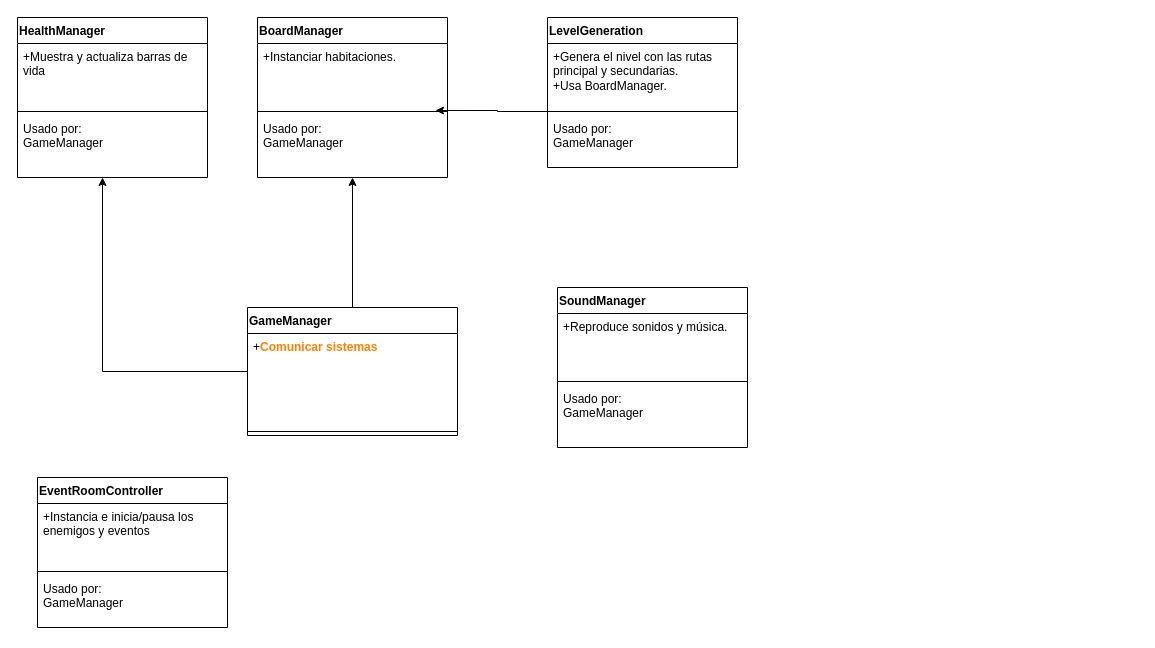
This is page "Page-2" (2 of 2) of Untitled Diagram.drawio from Clovisindo/Unity2dRogueLike, a draw.io file, before an edit. Source tidied: cells renumbered, new cells numbered last; positions are measured from the earlier drawing's top-left corner, leaving out a move shared by most shapes. Both pictures are drawn from the tidied source at 100%, with x=0, y=0 at pixel (17, 17).
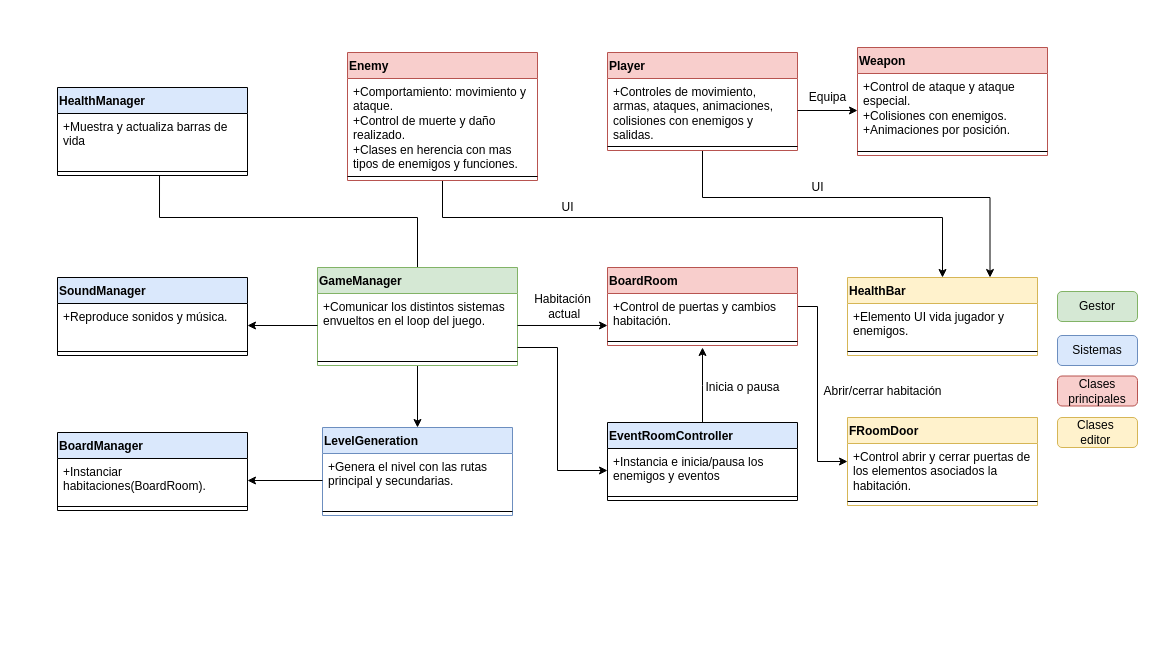
The same page after the edit.

What changed in the source:
```diff
@@
-    <mxCell id="2" style="edgeStyle=orthogonalEdgeStyle;rounded=0;jettySize=auto;html=1;entryX=0.5;entryY=1;entryDx=0;entryDy=0;entryPerimeter=0;" parent="1" edge="1" source="4" target="10">
-      <mxGeometry relative="1" as="geometry" />
-    </mxCell>
-    <mxCell id="3" style="edgeStyle=orthogonalEdgeStyle;rounded=0;jettySize=auto;html=1;" parent="1" edge="1" source="4" target="14">
-      <mxGeometry relative="1" as="geometry">
-        <Array as="points">
-          <mxPoint x="85" y="354" />
-        </Array>
-      </mxGeometry>
-    </mxCell>
+    <mxCell id="28" style="edgeStyle=orthogonalEdgeStyle;rounded=0;jettySize=auto;html=1;entryX=0.537;entryY=0.981;entryDx=0;entryDy=0;entryPerimeter=0;" parent="1" edge="1" source="4" target="12">
+      <mxGeometry relative="1" as="geometry" />
+    </mxCell>
+    <mxCell id="29" style="edgeStyle=orthogonalEdgeStyle;rounded=0;jettySize=auto;html=1;" parent="1" edge="1" source="4" target="19">
+      <mxGeometry relative="1" as="geometry" />
+    </mxCell>
-    <mxCell id="4" value="GameManager" style="swimlane;fontStyle=1;align=left;verticalAlign=top;horizontal=1;startSize=26;" parent="1" vertex="1">
-      <mxGeometry x="230" y="290" width="210" height="128" as="geometry" />
+    <mxCell id="4" value="GameManager" style="swimlane;fontStyle=1;align=left;verticalAlign=top;horizontal=1;startSize=26;fillColor=#d5e8d4;strokeColor=#82b366;swimlaneFillColor=#ffffff;" parent="1" vertex="1">
+      <mxGeometry x="300" y="250" width="200" height="98" as="geometry" />
     </mxCell>
-    <mxCell id="5" value="+&lt;font color=&quot;#ff8000&quot;&gt;&lt;b&gt;Comunicar sistemas&lt;/b&gt;&lt;/font&gt;&lt;br&gt;&lt;br&gt;" style="text;strokeColor=none;fillColor=none;align=left;verticalAlign=top;spacingLeft=4;spacingRight=4;overflow=hidden;points=[[0,0.5],[1,0.5]];portConstraint=eastwest;html=1;whiteSpace=wrap;" parent="4" vertex="1">
-      <mxGeometry y="26" width="210" height="94" as="geometry" />
+    <mxCell id="5" value="+Comunicar los distintos sistemas envueltos en el loop del juego." style="text;strokeColor=none;fillColor=none;align=left;verticalAlign=top;spacingLeft=4;spacingRight=4;overflow=hidden;points=[[0,0.5],[1,0.5]];portConstraint=eastwest;html=1;whiteSpace=wrap;" parent="4" vertex="1">
+      <mxGeometry y="26" width="200" height="64" as="geometry" />
     </mxCell>
     <mxCell id="6" style="line;strokeWidth=1;fillColor=none;align=left;verticalAlign=middle;spacingTop=-1;spacingLeft=3;spacingRight=3;labelPosition=right;" parent="4" vertex="1">
-      <mxGeometry y="120" width="210" height="8" as="geometry" />
+      <mxGeometry y="90" width="200" height="8" as="geometry" />
     </mxCell>
-    <mxCell id="7" value="BoardManager" style="swimlane;fontStyle=1;align=left;verticalAlign=top;horizontal=1;startSize=26;" parent="1" vertex="1">
-      <mxGeometry x="240" width="190" height="160" as="geometry" />
+    <mxCell id="7" value="BoardManager" style="swimlane;fontStyle=1;align=left;verticalAlign=top;horizontal=1;startSize=26;fillColor=#dae8fc;glass=0;rounded=0;swimlaneFillColor=#ffffff;" parent="1" vertex="1">
+      <mxGeometry x="40" y="415" width="190" height="78" as="geometry" />
     </mxCell>
-    <mxCell id="8" value="+Instanciar habitaciones.&lt;span style=&quot;white-space: pre&quot;&gt; &lt;/span&gt;&lt;span style=&quot;white-space: pre&quot;&gt; &lt;/span&gt;" style="text;strokeColor=none;fillColor=none;align=left;verticalAlign=top;spacingLeft=4;spacingRight=4;overflow=hidden;points=[[0,0.5],[1,0.5]];portConstraint=eastwest;html=1;whiteSpace=wrap;" parent="7" vertex="1">
-      <mxGeometry y="26" width="190" height="64" as="geometry" />
+    <mxCell id="8" value="+Instanciar habitaciones(BoardRoom).&lt;span style=&quot;white-space: pre&quot;&gt; &lt;/span&gt;&lt;span style=&quot;white-space: pre&quot;&gt; &lt;/span&gt;" style="text;strokeColor=none;fillColor=none;align=left;verticalAlign=top;spacingLeft=4;spacingRight=4;overflow=hidden;points=[[0,0.5],[1,0.5]];portConstraint=eastwest;html=1;whiteSpace=wrap;" parent="7" vertex="1">
+      <mxGeometry y="26" width="190" height="44" as="geometry" />
     </mxCell>
     <mxCell id="9" style="line;strokeWidth=1;fillColor=none;align=left;verticalAlign=middle;spacingTop=-1;spacingLeft=3;spacingRight=3;labelPosition=right;" parent="7" vertex="1">
-      <mxGeometry y="90" width="190" height="8" as="geometry" />
+      <mxGeometry y="70" width="190" height="8" as="geometry" />
     </mxCell>
-    <mxCell id="10" value="Usado por:&lt;br&gt;GameManager" style="text;strokeColor=none;fillColor=none;align=left;verticalAlign=top;spacingLeft=4;spacingRight=4;overflow=hidden;points=[[0,0.5],[1,0.5]];portConstraint=eastwest;textDirection=ltr;html=1;whiteSpace=wrap;" parent="7" vertex="1">
-      <mxGeometry y="98" width="190" height="62" as="geometry" />
-    </mxCell>
-    <mxCell id="11" value="HealthManager" style="swimlane;fontStyle=1;align=left;verticalAlign=top;horizontal=1;startSize=26;" parent="1" vertex="1">
-      <mxGeometry width="190" height="160" as="geometry" />
+    <mxCell id="11" value="HealthManager" style="swimlane;fontStyle=1;align=left;verticalAlign=top;horizontal=1;startSize=26;fillColor=#dae8fc;glass=0;rounded=0;swimlaneFillColor=#ffffff;" parent="1" vertex="1">
+      <mxGeometry x="40" y="70" width="190" height="88" as="geometry" />
     </mxCell>
     <mxCell id="12" value="+Muestra y actualiza barras de vida" style="text;strokeColor=none;fillColor=none;align=left;verticalAlign=top;spacingLeft=4;spacingRight=4;overflow=hidden;points=[[0,0.5],[1,0.5]];portConstraint=eastwest;html=1;whiteSpace=wrap;" parent="11" vertex="1">
-      <mxGeometry y="26" width="190" height="64" as="geometry" />
+      <mxGeometry y="26" width="190" height="54" as="geometry" />
     </mxCell>
     <mxCell id="13" style="line;strokeWidth=1;fillColor=none;align=left;verticalAlign=middle;spacingTop=-1;spacingLeft=3;spacingRight=3;labelPosition=right;" parent="11" vertex="1">
-      <mxGeometry y="90" width="190" height="8" as="geometry" />
+      <mxGeometry y="80" width="190" height="8" as="geometry" />
     </mxCell>
-    <mxCell id="14" value="Usado por:&lt;br&gt;GameManager" style="text;strokeColor=none;fillColor=none;align=left;verticalAlign=top;spacingLeft=4;spacingRight=4;overflow=hidden;points=[[0,0.5],[1,0.5]];portConstraint=eastwest;textDirection=ltr;html=1;whiteSpace=wrap;" parent="11" vertex="1">
-      <mxGeometry y="98" width="190" height="62" as="geometry" />
-    </mxCell>
-    <mxCell id="15" value="SoundManager" style="swimlane;fontStyle=1;align=left;verticalAlign=top;horizontal=1;startSize=26;" parent="1" vertex="1">
-      <mxGeometry x="540" y="270" width="190" height="160" as="geometry" />
+    <mxCell id="15" value="SoundManager" style="swimlane;fontStyle=1;align=left;verticalAlign=top;horizontal=1;startSize=26;fillColor=#dae8fc;glass=0;rounded=0;swimlaneFillColor=#ffffff;" parent="1" vertex="1">
+      <mxGeometry x="40" y="260" width="190" height="78" as="geometry" />
     </mxCell>
     <mxCell id="16" value="+Reproduce sonidos y música." style="text;strokeColor=none;fillColor=none;align=left;verticalAlign=top;spacingLeft=4;spacingRight=4;overflow=hidden;points=[[0,0.5],[1,0.5]];portConstraint=eastwest;html=1;whiteSpace=wrap;" parent="15" vertex="1">
-      <mxGeometry y="26" width="190" height="64" as="geometry" />
+      <mxGeometry y="26" width="190" height="44" as="geometry" />
     </mxCell>
     <mxCell id="17" style="line;strokeWidth=1;fillColor=none;align=left;verticalAlign=middle;spacingTop=-1;spacingLeft=3;spacingRight=3;labelPosition=right;" parent="15" vertex="1">
-      <mxGeometry y="90" width="190" height="8" as="geometry" />
+      <mxGeometry y="70" width="190" height="8" as="geometry" />
     </mxCell>
-    <mxCell id="18" value="Usado por:&lt;br&gt;GameManager" style="text;strokeColor=none;fillColor=none;align=left;verticalAlign=top;spacingLeft=4;spacingRight=4;overflow=hidden;textDirection=ltr;html=1;whiteSpace=wrap;" parent="15" vertex="1">
-      <mxGeometry y="98" width="190" height="62" as="geometry" />
-    </mxCell>
-    <mxCell id="19" value="LevelGeneration    " style="swimlane;fontStyle=1;align=left;verticalAlign=top;horizontal=1;startSize=26;" parent="1" vertex="1">
-      <mxGeometry x="530" width="190" height="150" as="geometry" />
+    <mxCell id="19" value="LevelGeneration    " style="swimlane;fontStyle=1;align=left;verticalAlign=top;horizontal=1;startSize=26;fillColor=#dae8fc;strokeColor=#6c8ebf;swimlaneFillColor=#ffffff;" parent="1" vertex="1">
+      <mxGeometry x="305" y="410" width="190" height="88" as="geometry" />
     </mxCell>
-    <mxCell id="20" value="+Genera el nivel con las rutas principal y secundarias.&lt;br&gt;+Usa BoardManager." style="text;strokeColor=none;fillColor=none;align=left;verticalAlign=top;spacingLeft=4;spacingRight=4;overflow=hidden;points=[[0,0.5],[1,0.5]];portConstraint=eastwest;html=1;whiteSpace=wrap;" parent="19" vertex="1">
-      <mxGeometry y="26" width="190" height="64" as="geometry" />
+    <mxCell id="20" value="+Genera el nivel con las rutas principal y secundarias.&lt;br&gt;" style="text;align=left;verticalAlign=top;spacingLeft=4;spacingRight=4;overflow=hidden;points=[[0,0.5],[1,0.5]];portConstraint=eastwest;html=1;whiteSpace=wrap;glass=0;rounded=0;" parent="19" vertex="1">
+      <mxGeometry y="26" width="190" height="54" as="geometry" />
     </mxCell>
     <mxCell id="21" style="line;strokeWidth=1;fillColor=none;align=left;verticalAlign=middle;spacingTop=-1;spacingLeft=3;spacingRight=3;labelPosition=right;points=[];portConstraint=eastwest;" parent="19" vertex="1">
-      <mxGeometry y="90" width="190" height="8" as="geometry" />
+      <mxGeometry y="80" width="190" height="8" as="geometry" />
     </mxCell>
-    <mxCell id="22" value="Usado por:&lt;br&gt;GameManager" style="text;strokeColor=none;fillColor=none;align=left;verticalAlign=top;spacingLeft=4;spacingRight=4;overflow=hidden;textDirection=ltr;html=1;whiteSpace=wrap;" parent="19" vertex="1">
-      <mxGeometry y="98" width="190" height="52" as="geometry" />
-    </mxCell>
-    <mxCell id="23" style="edgeStyle=orthogonalEdgeStyle;rounded=0;jettySize=auto;html=1;entryX=0.937;entryY=-0.081;entryDx=0;entryDy=0;entryPerimeter=0;" parent="1" edge="1" source="21" target="10">
-      <mxGeometry relative="1" as="geometry" />
-    </mxCell>
+    <mxCell id="30" style="edgeStyle=orthogonalEdgeStyle;rounded=0;jettySize=auto;html=1;" parent="1" edge="1" source="24">
+      <mxGeometry relative="1" as="geometry">
+        <mxPoint x="685" y="330" as="targetPoint" />
+      </mxGeometry>
+    </mxCell>
-    <mxCell id="24" value="EventRoomController" style="swimlane;fontStyle=1;align=left;verticalAlign=top;horizontal=1;startSize=26;" parent="1" vertex="1">
-      <mxGeometry x="20" y="460" width="190" height="150" as="geometry" />
+    <mxCell id="24" value="EventRoomController" style="swimlane;fontStyle=1;align=left;verticalAlign=top;horizontal=1;startSize=26;fillColor=#dae8fc;glass=0;rounded=0;swimlaneFillColor=#ffffff;" parent="1" vertex="1">
+      <mxGeometry x="590" y="405" width="190" height="78" as="geometry" />
     </mxCell>
     <mxCell id="25" value="+Instancia e inicia/pausa los enemigos y eventos" style="text;strokeColor=none;fillColor=none;align=left;verticalAlign=top;spacingLeft=4;spacingRight=4;overflow=hidden;points=[[0,0.5],[1,0.5]];portConstraint=eastwest;html=1;whiteSpace=wrap;" parent="24" vertex="1">
-      <mxGeometry y="26" width="190" height="64" as="geometry" />
+      <mxGeometry y="26" width="190" height="44" as="geometry" />
     </mxCell>
     <mxCell id="26" style="line;strokeWidth=1;fillColor=none;align=left;verticalAlign=middle;spacingTop=-1;spacingLeft=3;spacingRight=3;labelPosition=right;" parent="24" vertex="1">
-      <mxGeometry y="90" width="190" height="8" as="geometry" />
+      <mxGeometry y="70" width="190" height="8" as="geometry" />
     </mxCell>
-    <mxCell id="27" value="Usado por:&lt;br&gt;GameManager" style="text;strokeColor=none;fillColor=none;align=left;verticalAlign=top;spacingLeft=4;spacingRight=4;overflow=hidden;textDirection=ltr;html=1;whiteSpace=wrap;" parent="24" vertex="1">
-      <mxGeometry y="98" width="190" height="52" as="geometry" />
-    </mxCell>
+    <mxCell id="31" style="edgeStyle=orthogonalEdgeStyle;rounded=0;jettySize=auto;html=1;" parent="1" edge="1" source="32" target="46">
+      <mxGeometry relative="1" as="geometry">
+        <Array as="points">
+          <mxPoint x="800" y="289" />
+          <mxPoint x="800" y="444" />
+        </Array>
+      </mxGeometry>
+    </mxCell>
+    <mxCell id="32" value="BoardRoom" style="swimlane;fontStyle=1;align=left;verticalAlign=top;horizontal=1;startSize=26;fillColor=#f8cecc;strokeColor=#b85450;swimlaneFillColor=#ffffff;" parent="1" vertex="1">
+      <mxGeometry x="590" y="250" width="190" height="78" as="geometry" />
+    </mxCell>
+    <mxCell id="33" value="+Control de puertas y cambios habitación.&lt;br&gt;" style="text;strokeColor=none;fillColor=none;align=left;verticalAlign=top;spacingLeft=4;spacingRight=4;overflow=hidden;points=[[0,0.5],[1,0.5]];portConstraint=eastwest;html=1;whiteSpace=wrap;" parent="32" vertex="1">
+      <mxGeometry y="26" width="190" height="44" as="geometry" />
+    </mxCell>
+    <mxCell id="34" style="line;strokeWidth=1;fillColor=none;align=left;verticalAlign=middle;spacingTop=-1;spacingLeft=3;spacingRight=3;labelPosition=right;" parent="32" vertex="1">
+      <mxGeometry y="70" width="190" height="8" as="geometry" />
+    </mxCell>
+    <mxCell id="35" style="edgeStyle=orthogonalEdgeStyle;rounded=0;jettySize=auto;html=1;entryX=0.75;entryY=0;entryDx=0;entryDy=0;" parent="1" edge="1" source="36" target="49">
+      <mxGeometry relative="1" as="geometry">
+        <Array as="points">
+          <mxPoint x="685" y="180" />
+          <mxPoint x="972" y="180" />
+        </Array>
+      </mxGeometry>
+    </mxCell>
+    <mxCell id="36" value="Player" style="swimlane;fontStyle=1;align=left;verticalAlign=top;horizontal=1;startSize=26;fillColor=#f8cecc;strokeColor=#b85450;swimlaneFillColor=#ffffff;" parent="1" vertex="1">
+      <mxGeometry x="590" y="35" width="190" height="98" as="geometry" />
+    </mxCell>
+    <mxCell id="37" value="+Controles de movimiento, armas, ataques, animaciones, colisiones con enemigos y salidas." style="text;strokeColor=none;fillColor=none;align=left;verticalAlign=top;spacingLeft=4;spacingRight=4;overflow=hidden;points=[[0,0.5],[1,0.5]];portConstraint=eastwest;html=1;whiteSpace=wrap;" parent="36" vertex="1">
+      <mxGeometry y="26" width="190" height="64" as="geometry" />
+    </mxCell>
+    <mxCell id="38" style="line;strokeWidth=1;fillColor=none;align=left;verticalAlign=middle;spacingTop=-1;spacingLeft=3;spacingRight=3;labelPosition=right;" parent="36" vertex="1">
+      <mxGeometry y="90" width="190" height="8" as="geometry" />
+    </mxCell>
+    <mxCell id="39" style="edgeStyle=orthogonalEdgeStyle;rounded=0;jettySize=auto;html=1;entryX=0.5;entryY=0;entryDx=0;entryDy=0;" parent="1" edge="1" source="40" target="49">
+      <mxGeometry relative="1" as="geometry">
+        <Array as="points">
+          <mxPoint x="425" y="200" />
+          <mxPoint x="925" y="200" />
+        </Array>
+      </mxGeometry>
+    </mxCell>
+    <mxCell id="40" value="Enemy" style="swimlane;fontStyle=1;align=left;verticalAlign=top;horizontal=1;startSize=26;fillColor=#f8cecc;strokeColor=#b85450;swimlaneFillColor=#ffffff;" parent="1" vertex="1">
+      <mxGeometry x="330" y="35" width="190" height="128" as="geometry" />
+    </mxCell>
+    <mxCell id="41" value="+Comportamiento: movimiento y ataque.&lt;br&gt;+Control de muerte y daño realizado.&lt;br&gt;+Clases en herencia con mas tipos de enemigos y funciones." style="text;strokeColor=none;fillColor=none;align=left;verticalAlign=top;spacingLeft=4;spacingRight=4;overflow=hidden;html=1;whiteSpace=wrap;" parent="40" vertex="1">
+      <mxGeometry y="26" width="190" height="94" as="geometry" />
+    </mxCell>
+    <mxCell id="42" style="line;strokeWidth=1;fillColor=none;align=left;verticalAlign=middle;spacingTop=-1;spacingLeft=3;spacingRight=3;labelPosition=right;" parent="40" vertex="1">
+      <mxGeometry y="120" width="190" height="8" as="geometry" />
+    </mxCell>
+    <mxCell id="43" value="Weapon" style="swimlane;fontStyle=1;align=left;verticalAlign=top;horizontal=1;startSize=26;fillColor=#f8cecc;strokeColor=#b85450;swimlaneFillColor=#ffffff;" parent="1" vertex="1">
+      <mxGeometry x="840" y="30" width="190" height="108" as="geometry" />
+    </mxCell>
+    <mxCell id="44" value="+Control de ataque y ataque especial.&lt;br&gt;+Colisiones con enemigos.&lt;br&gt;+Animaciones por posición." style="text;strokeColor=none;fillColor=none;align=left;verticalAlign=top;spacingLeft=4;spacingRight=4;overflow=hidden;points=[[0,0.5],[1,0.5]];portConstraint=eastwest;html=1;whiteSpace=wrap;" parent="43" vertex="1">
+      <mxGeometry y="26" width="190" height="74" as="geometry" />
+    </mxCell>
+    <mxCell id="45" style="line;strokeWidth=1;fillColor=none;align=left;verticalAlign=middle;spacingTop=-1;spacingLeft=3;spacingRight=3;labelPosition=right;" parent="43" vertex="1">
+      <mxGeometry y="100" width="190" height="8" as="geometry" />
+    </mxCell>
+    <mxCell id="46" value="FRoomDoor" style="swimlane;fontStyle=1;align=left;verticalAlign=top;horizontal=1;startSize=26;fillColor=#fff2cc;strokeColor=#d6b656;rounded=0;shadow=0;swimlaneFillColor=#ffffff;" parent="1" vertex="1">
+      <mxGeometry x="830" y="400" width="190" height="88" as="geometry" />
+    </mxCell>
+    <mxCell id="47" value="+Control abrir y cerrar puertas de los elementos asociados la habitación." style="text;strokeColor=none;fillColor=none;align=left;verticalAlign=top;spacingLeft=4;spacingRight=4;overflow=hidden;html=1;whiteSpace=wrap;" parent="46" vertex="1">
+      <mxGeometry y="26" width="190" height="54" as="geometry" />
+    </mxCell>
+    <mxCell id="48" style="line;strokeWidth=1;fillColor=none;align=left;verticalAlign=middle;spacingTop=-1;spacingLeft=3;spacingRight=3;labelPosition=right;" parent="46" vertex="1">
+      <mxGeometry y="80" width="190" height="8" as="geometry" />
+    </mxCell>
+    <mxCell id="49" value="HealthBar" style="swimlane;fontStyle=1;align=left;verticalAlign=top;horizontal=1;startSize=26;fillColor=#fff2cc;strokeColor=#d6b656;rounded=0;shadow=0;swimlaneFillColor=#ffffff;" parent="1" vertex="1">
+      <mxGeometry x="830" y="260" width="190" height="78" as="geometry" />
+    </mxCell>
+    <mxCell id="50" value="+Elemento UI vida jugador y enemigos." style="text;strokeColor=none;fillColor=none;align=left;verticalAlign=top;spacingLeft=4;spacingRight=4;overflow=hidden;html=1;whiteSpace=wrap;" parent="49" vertex="1">
+      <mxGeometry y="26" width="190" height="44" as="geometry" />
+    </mxCell>
+    <mxCell id="51" style="line;strokeWidth=1;fillColor=none;align=left;verticalAlign=middle;spacingTop=-1;spacingLeft=3;spacingRight=3;labelPosition=right;" parent="49" vertex="1">
+      <mxGeometry y="70" width="190" height="8" as="geometry" />
+    </mxCell>
+    <mxCell id="52" value="Abrir/cerrar habitación" style="text;html=1;align=center;verticalAlign=middle;strokeColor=none;" parent="1" vertex="1">
+      <mxGeometry x="800" y="363.5" width="130" height="20" as="geometry" />
+    </mxCell>
+    <mxCell id="53" value="UI" style="text;html=1;align=center;verticalAlign=middle;strokeColor=none;" parent="1" vertex="1">
+      <mxGeometry x="785" y="160" width="30" height="20" as="geometry" />
+    </mxCell>
+    <mxCell id="54" value="UI" style="text;html=1;align=center;verticalAlign=middle;strokeColor=none;" parent="1" vertex="1">
+      <mxGeometry x="535" y="180" width="30" height="20" as="geometry" />
+    </mxCell>
+    <mxCell id="55" style="edgeStyle=orthogonalEdgeStyle;rounded=0;jettySize=auto;html=1;" parent="1" edge="1" source="37" target="44">
+      <mxGeometry relative="1" as="geometry" />
+    </mxCell>
+    <mxCell id="56" value="Equipa" style="text;html=1;align=center;verticalAlign=middle;strokeColor=none;" parent="1" vertex="1">
+      <mxGeometry x="785" y="70" width="50" height="20" as="geometry" />
+    </mxCell>
+    <mxCell id="57" value="Habitación&lt;br&gt;&amp;nbsp;actual" style="text;html=1;align=center;verticalAlign=middle;strokeColor=none;" parent="1" vertex="1">
+      <mxGeometry x="510" y="274" width="70" height="30" as="geometry" />
+    </mxCell>
+    <mxCell id="58" style="edgeStyle=orthogonalEdgeStyle;rounded=0;jettySize=auto;html=1;entryX=0;entryY=0.727;entryDx=0;entryDy=0;entryPerimeter=0;" parent="1" edge="1" source="5" target="33">
+      <mxGeometry relative="1" as="geometry" />
+    </mxCell>
+    <mxCell id="59" style="edgeStyle=orthogonalEdgeStyle;rounded=0;jettySize=auto;html=1;entryX=1;entryY=0.5;entryDx=0;entryDy=0;" parent="1" edge="1" source="5" target="16">
+      <mxGeometry relative="1" as="geometry" />
+    </mxCell>
+    <mxCell id="60" style="edgeStyle=orthogonalEdgeStyle;rounded=0;jettySize=auto;html=1;" parent="1" edge="1" source="20" target="8">
+      <mxGeometry relative="1" as="geometry">
+        <Array as="points">
+          <mxPoint x="230" y="463" />
+          <mxPoint x="230" y="463" />
+        </Array>
+      </mxGeometry>
+    </mxCell>
+    <mxCell id="61" style="edgeStyle=orthogonalEdgeStyle;rounded=0;jettySize=auto;html=1;entryX=0;entryY=0.5;entryDx=0;entryDy=0;" parent="1" edge="1" source="5" target="25">
+      <mxGeometry relative="1" as="geometry">
+        <Array as="points">
+          <mxPoint x="540" y="330" />
+          <mxPoint x="540" y="453" />
+        </Array>
+      </mxGeometry>
+    </mxCell>
+    <mxCell id="62" value="Inicia o pausa" style="text;html=1;align=center;verticalAlign=middle;strokeColor=none;" parent="1" vertex="1">
+      <mxGeometry x="680" y="360" width="90" height="20" as="geometry" />
+    </mxCell>
+    <mxCell id="63" value="Sistemas" style="rounded=1;whiteSpace=wrap;html=1;shadow=0;glass=0;strokeColor=#6c8ebf;fillColor=#dae8fc;" parent="1" vertex="1">
+      <mxGeometry x="1040" y="318" width="80" height="30" as="geometry" />
+    </mxCell>
+    <mxCell id="64" value="Clases&lt;br&gt;principales" style="rounded=1;whiteSpace=wrap;html=1;shadow=0;glass=0;strokeColor=#b85450;fillColor=#f8cecc;" parent="1" vertex="1">
+      <mxGeometry x="1040" y="358.5" width="80" height="30" as="geometry" />
+    </mxCell>
+    <mxCell id="65" value="Clases&amp;nbsp;&lt;br&gt;editor&amp;nbsp;" style="rounded=1;whiteSpace=wrap;html=1;shadow=0;glass=0;strokeColor=#d6b656;fillColor=#fff2cc;" parent="1" vertex="1">
+      <mxGeometry x="1040" y="400" width="80" height="30" as="geometry" />
+    </mxCell>
+    <mxCell id="66" value="Gestor" style="rounded=1;whiteSpace=wrap;html=1;shadow=0;glass=0;strokeColor=#82b366;fillColor=#d5e8d4;" parent="1" vertex="1">
+      <mxGeometry x="1040" y="274" width="80" height="30" as="geometry" />
+    </mxCell>
```
